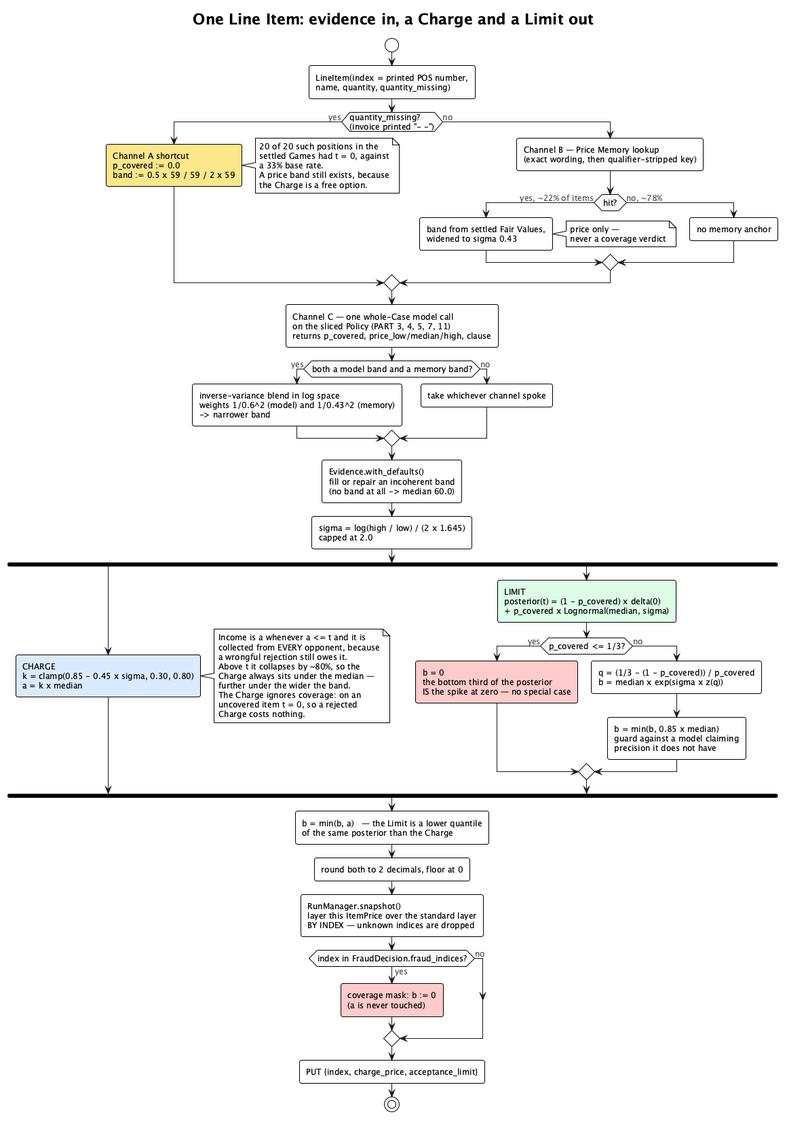
The PlantUML diagram docs/diagrams/02-line-item-decision.png in eixfachZabii/WireClaim, before a commit. The source it was exported from:
```plantuml
@startuml
skinparamlocked dpiScale 2
!theme plain
skinparam backgroundColor #FFFFFF
skinparam shadowing false
skinparam roundCorner 6
skinparam defaultFontName "Inter, Helvetica, Arial, sans-serif"
skinparam defaultFontSize 12
skinparam ArrowColor #18181B
skinparam ArrowFontColor #52525B
skinparam ActivityDiamondBackgroundColor #FAFAFA

title One Line Item: evidence in, a Charge and a Limit out

start
:LineItem(index = printed POS number,\nname, quantity, quantity_missing);

if (quantity_missing?\n(invoice printed "- -")) then (yes)
  :Channel A shortcut\np_covered := 0.0\nband := 0.5 x 59 / 59 / 2 x 59; <<#FDE68A>>
  note right
    20 of 20 such positions in the
    settled Games had t = 0, against
    a 33% base rate.
    A price band still exists, because
    the Charge is a free option.
  end note
else (no)
  :Channel B — Price Memory lookup\n(exact wording, then qualifier-stripped key);
  if (hit?) then (yes, ~22% of items)
    :band from settled Fair Values,\nwidened to sigma 0.43;
    note right: price only —\nnever a coverage verdict
  else (no, ~78%)
    :no memory anchor;
  endif
endif

:Channel C — one whole-Case model call\non the sliced Policy (PART 3, 4, 5, 7, 11)\nreturns p_covered, price_low/median/high, clause;

if (both a model band and a memory band?) then (yes)
  :inverse-variance blend in log space\nweights 1/0.6^2 (model) and 1/0.43^2 (memory)\n-> narrower band;
else (no)
  :take whichever channel spoke;
endif

:Evidence.with_defaults()\nfill or repair an incoherent band\n(no band at all -> median 60.0);

:sigma = log(high / low) / (2 x 1.645)\ncapped at 2.0;

fork
  :CHARGE\nk = clamp(0.85 - 0.45 x sigma, 0.30, 0.80)\na = k x median; <<#DBEAFE>>
  note right
    Income is a whenever a <= t and it is
    collected from EVERY opponent, because
    a wrongful rejection still owes it.
    Above t it collapses by ~80%, so the
    Charge always sits under the median —
    further under the wider the band.
    The Charge ignores coverage: on an
    uncovered item t = 0, so a rejected
    Charge costs nothing.
  end note
fork again
  :LIMIT\nposterior(t) = (1 - p_covered) x delta(0)\n+ p_covered x Lognormal(median, sigma); <<#DCFCE7>>
  if (p_covered <= 1/3?) then (yes)
    :b = 0\nthe bottom third of the posterior\nIS the spike at zero — no special case; <<#FECACA>>
  else (no)
    :q = (1/3 - (1 - p_covered)) / p_covered\nb = median x exp(sigma x z(q));
    :b = min(b, 0.85 x median)\nguard against a model claiming\nprecision it does not have;
  endif
endfork

:b = min(b, a)   — the Limit is a lower quantile\nof the same posterior than the Charge;
:round both to 2 decimals, floor at 0;

:RunManager.snapshot()\nlayer this ItemPrice over the standard layer\nBY INDEX — unknown indices are dropped;

if (index in FraudDecision.fraud_indices?) then (yes)
  :coverage mask: b := 0\n(a is never touched); <<#FECACA>>
else (no)
endif

:PUT {index, charge_price, acceptance_limit};
stop
@enduml
```
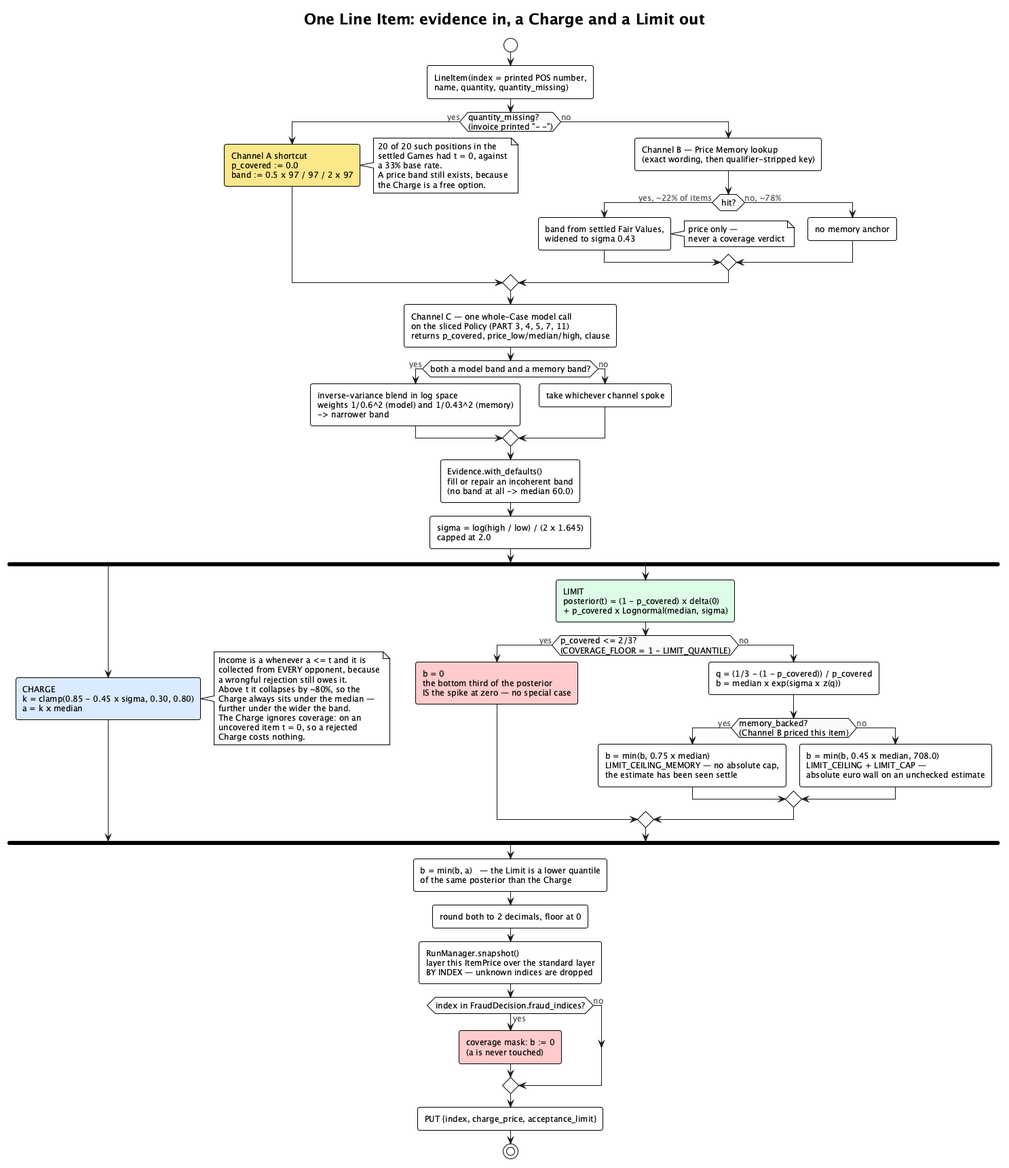
The same file after the commit.

Commit message:
True up the docs against the merge: the blind floor is back, the Limit ceiling is two-tiered, and Channel D exists

The edit, as a diff of the source:
```diff
@@ -16,7 +16,7 @@
 :LineItem(index = printed POS number,\nname, quantity, quantity_missing);
 
 if (quantity_missing?\n(invoice printed "- -")) then (yes)
-  :Channel A shortcut\np_covered := 0.0\nband := 0.5 x 59 / 59 / 2 x 59; <<#FDE68A>>
+  :Channel A shortcut\np_covered := 0.0\nband := 0.5 x 97 / 97 / 2 x 97; <<#FDE68A>>
   note right
     20 of 20 such positions in the
     settled Games had t = 0, against
@@ -61,11 +61,15 @@
   end note
 fork again
   :LIMIT\nposterior(t) = (1 - p_covered) x delta(0)\n+ p_covered x Lognormal(median, sigma); <<#DCFCE7>>
-  if (p_covered <= 1/3?) then (yes)
+  if (p_covered <= 2/3?\n(COVERAGE_FLOOR = 1 - LIMIT_QUANTILE)) then (yes)
     :b = 0\nthe bottom third of the posterior\nIS the spike at zero — no special case; <<#FECACA>>
   else (no)
     :q = (1/3 - (1 - p_covered)) / p_covered\nb = median x exp(sigma x z(q));
-    :b = min(b, 0.85 x median)\nguard against a model claiming\nprecision it does not have;
+    if (memory_backed?\n(Channel B priced this item)) then (yes)
+      :b = min(b, 0.75 x median)\nLIMIT_CEILING_MEMORY — no absolute cap,\nthe estimate has been seen settle;
+    else (no)
+      :b = min(b, 0.45 x median, 708.0)\nLIMIT_CEILING + LIMIT_CAP —\nabsolute euro wall on an unchecked estimate;
+    endif
   endif
 endfork
 
```
